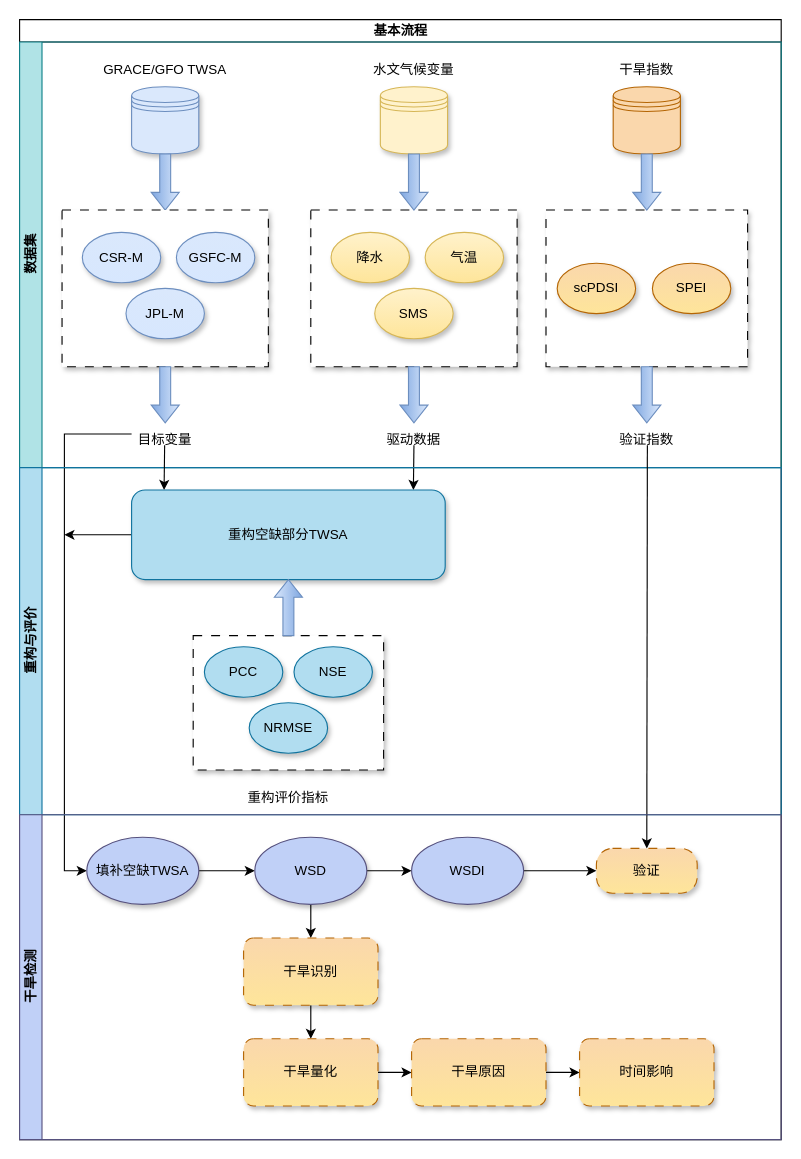
This is 未命名绘图.drawio from lesmorts/Notes, a draw.io file, before an edit. Source tidied: cells renumbered, new cells numbered last; positions are measured from the earlier drawing's top-left corner, leaving out a move shared by most shapes. Both pictures are drawn from the tidied source at 112%, with x=0, y=0 at pixel (19, 19).
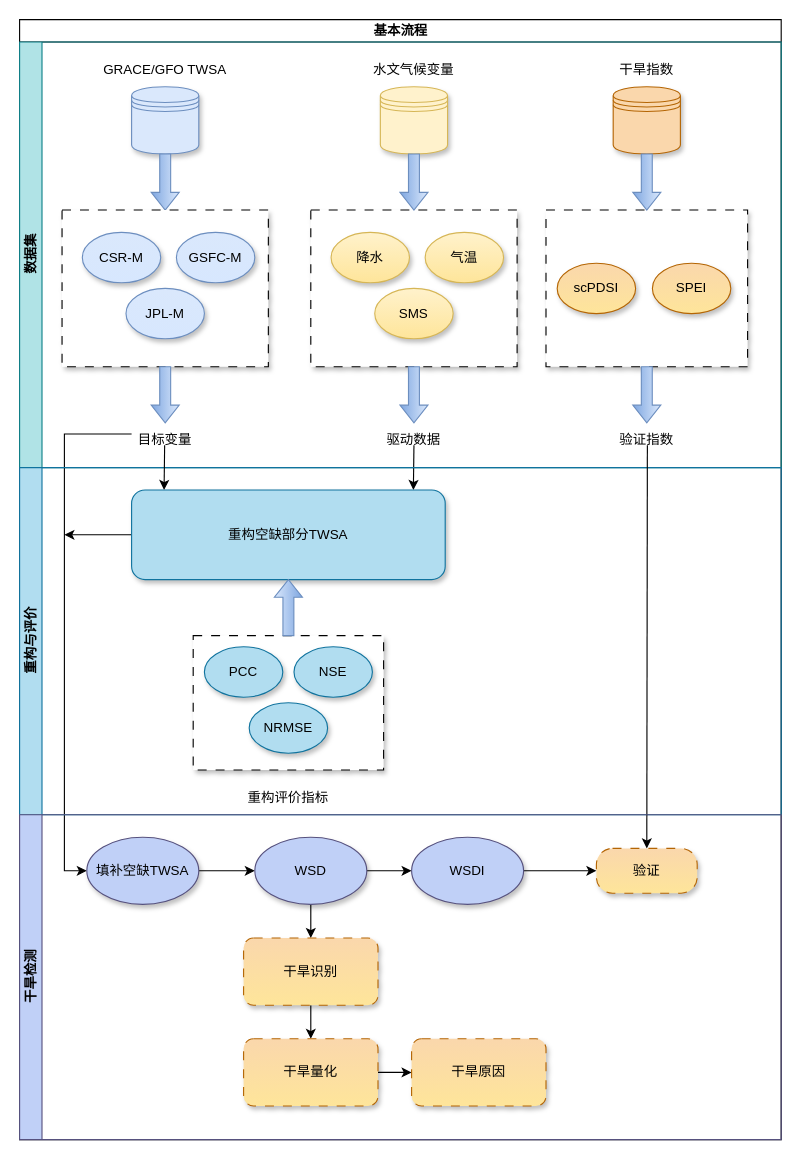
After the change.

Commit message:
已添加 未命名绘图.drawio

The change refers to these unchanged cells:
```xml
<mxCell id="43" value="干旱检测" style="swimlane;startSize=20;horizontal=0;html=1;fillColor=#c0d0f7;strokeColor=#56517e;swimlaneLine=1;" parent="2" vertex="1">
  <mxGeometry y="710" width="680" height="290" as="geometry" />
</mxCell>
<mxCell id="57" value="干旱原因" style="rounded=1;whiteSpace=wrap;html=1;fillColor=#fad7ac;strokeColor=#b46504;shadow=1;fontStyle=0;dashed=1;gradientColor=#fee59a;dashPattern=8 8;" parent="43" vertex="1">
  <mxGeometry x="350" y="200" width="120" height="60" as="geometry" />
</mxCell>
```

Diff of the diagram source:
```diff
@@
-    <mxCell id="56" style="edgeStyle=orthogonalEdgeStyle;rounded=0;jettySize=auto;html=1;" parent="43" edge="1" source="57" target="58">
-      <mxGeometry relative="1" as="geometry" />
-    </mxCell>
@@
-    <mxCell id="58" value="时间影响" style="rounded=1;whiteSpace=wrap;html=1;fillColor=#fad7ac;strokeColor=#b46504;shadow=1;fontStyle=0;dashed=1;gradientColor=#fee59a;dashPattern=8 8;" parent="43" vertex="1">
-      <mxGeometry x="500" y="200" width="120" height="60" as="geometry" />
-    </mxCell>
```
